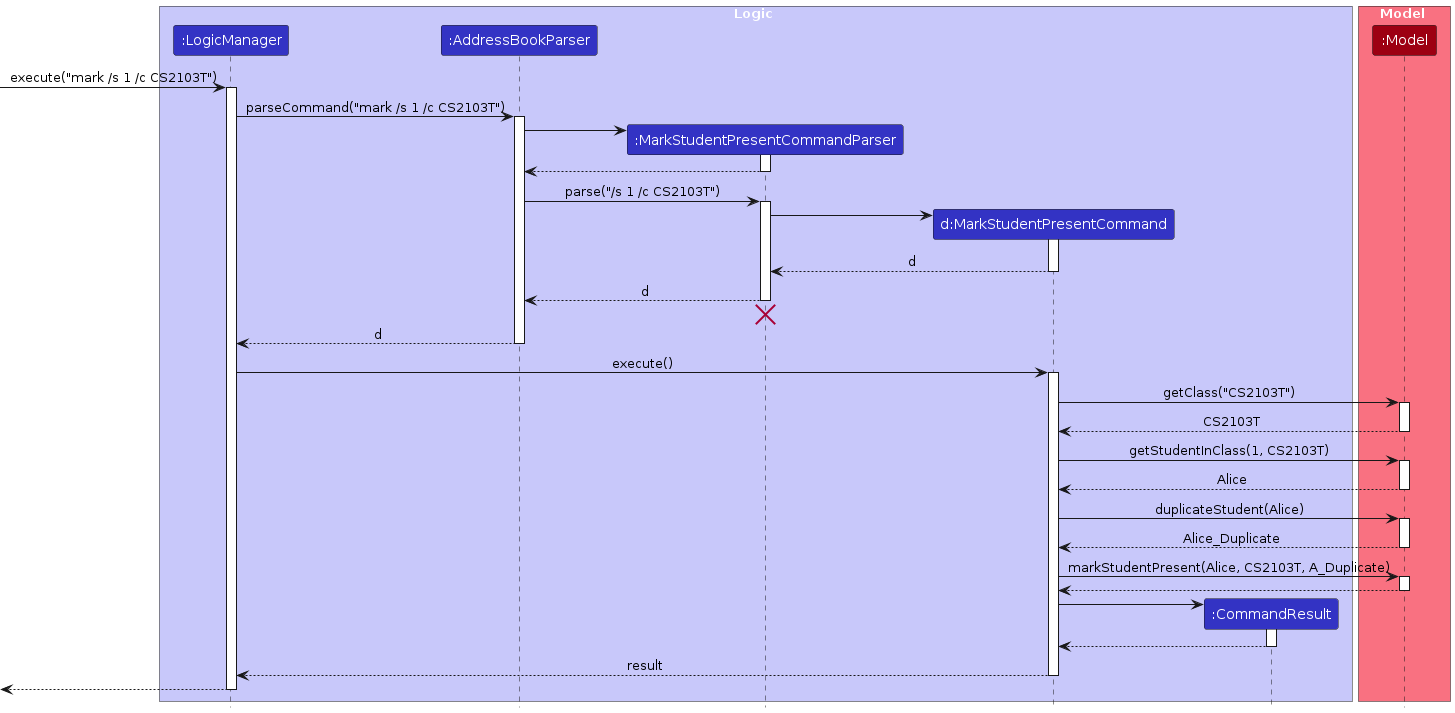
Earlier version of the PlantUML export diagrams/MarkStudentSequenceDiagram.png (sudarshan2401/tp). Its source is kept beside it as diagrams/MarkStudentSequenceDiagram.puml. Source of this version:
```plantuml
@startuml
!include style.puml
skinparam ArrowFontStyle plain

box Logic LOGIC_COLOR_T1
participant ":LogicManager" as LogicManager LOGIC_COLOR
participant ":AddressBookParser" as AddressBookParser LOGIC_COLOR
participant ":MarkStudentPresentCommandParser" as MarkStudentPresentCommandParser LOGIC_COLOR
participant "d:MarkStudentPresentCommand" as MarkStudentPresentCommand LOGIC_COLOR
participant ":CommandResult" as CommandResult LOGIC_COLOR
end box

box Model MODEL_COLOR_T1
participant ":Model" as Model MODEL_COLOR
end box

[-> LogicManager : execute("mark /s 1 /c CS2103T")
activate LogicManager

LogicManager -> AddressBookParser : parseCommand("mark /s 1 /c CS2103T")
activate AddressBookParser

create MarkStudentPresentCommandParser
AddressBookParser -> MarkStudentPresentCommandParser
activate MarkStudentPresentCommandParser

MarkStudentPresentCommandParser --> AddressBookParser
deactivate MarkStudentPresentCommandParser

AddressBookParser -> MarkStudentPresentCommandParser : parse("/s 1 /c CS2103T")
activate MarkStudentPresentCommandParser

create MarkStudentPresentCommand
MarkStudentPresentCommandParser -> MarkStudentPresentCommand
activate MarkStudentPresentCommand

MarkStudentPresentCommand --> MarkStudentPresentCommandParser : d
deactivate MarkStudentPresentCommand

MarkStudentPresentCommandParser --> AddressBookParser : d
deactivate MarkStudentPresentCommandParser
MarkStudentPresentCommandParser -[hidden]-> AddressBookParser
destroy MarkStudentPresentCommandParser

AddressBookParser --> LogicManager : d
deactivate AddressBookParser

LogicManager -> MarkStudentPresentCommand : execute()
activate MarkStudentPresentCommand

MarkStudentPresentCommand -> Model : getClass("CS2103T")
activate Model

Model --> MarkStudentPresentCommand : CS2103T
deactivate Model

MarkStudentPresentCommand -> Model : getStudentInClass(1, CS2103T)
activate Model

Model --> MarkStudentPresentCommand : Alice
deactivate Model

MarkStudentPresentCommand -> Model : duplicateStudent(Alice)
activate Model

Model --> MarkStudentPresentCommand : Alice_Duplicate
deactivate Model

MarkStudentPresentCommand -> Model : markStudentPresent(Alice, CS2103T, A_Duplicate)
activate Model

Model --> MarkStudentPresentCommand
deactivate Model

create CommandResult
MarkStudentPresentCommand -> CommandResult
activate CommandResult

CommandResult --> MarkStudentPresentCommand
deactivate CommandResult

MarkStudentPresentCommand --> LogicManager : result
deactivate MarkStudentPresentCommand

[<--LogicManager
deactivate LogicManager
@enduml
```
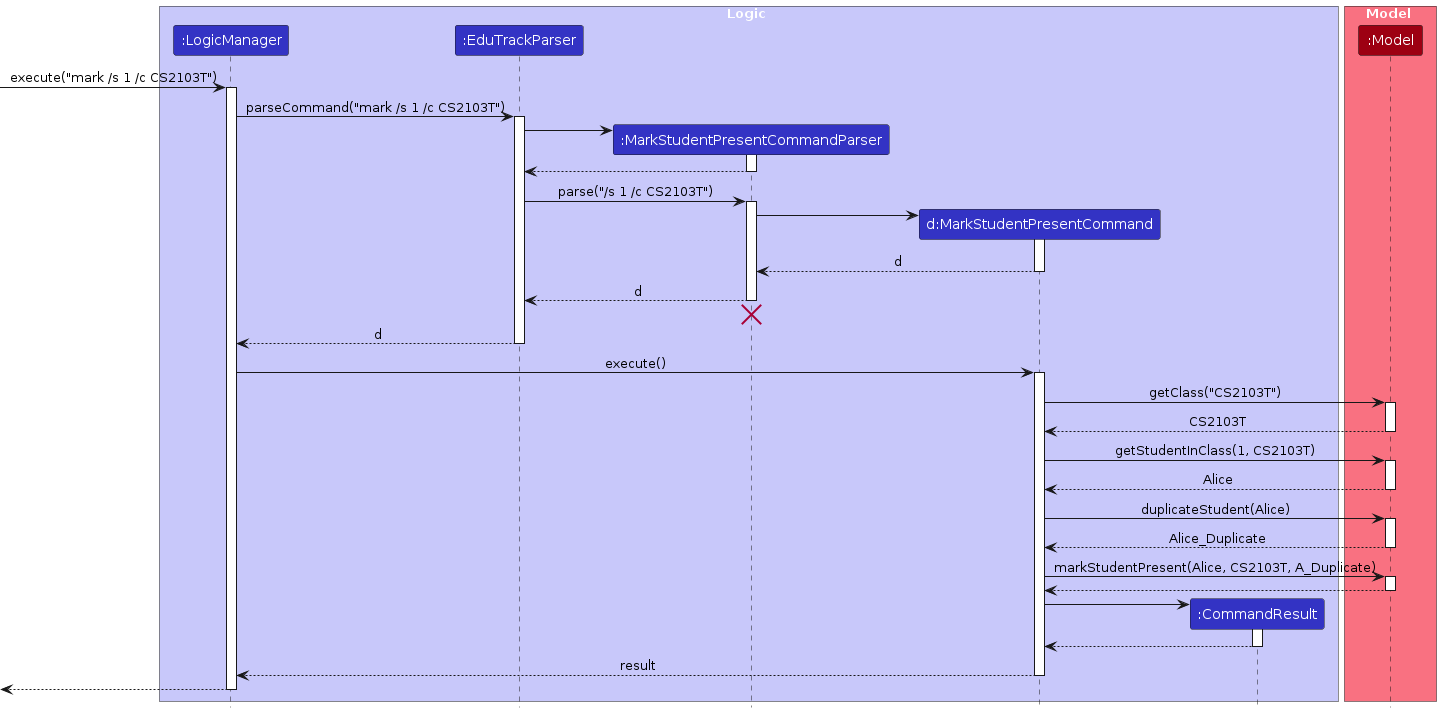
The same diagram one commit later.

Change to the diagram source:
```diff
@@ -4,7 +4,7 @@
 
 box Logic LOGIC_COLOR_T1
 participant ":LogicManager" as LogicManager LOGIC_COLOR
-participant ":AddressBookParser" as AddressBookParser LOGIC_COLOR
+participant ":EduTrackParser" as EduTrackParser LOGIC_COLOR
 participant ":MarkStudentPresentCommandParser" as MarkStudentPresentCommandParser LOGIC_COLOR
 participant "d:MarkStudentPresentCommand" as MarkStudentPresentCommand LOGIC_COLOR
 participant ":CommandResult" as CommandResult LOGIC_COLOR
@@ -17,17 +17,17 @@
 [-> LogicManager : execute("mark /s 1 /c CS2103T")
 activate LogicManager
 
-LogicManager -> AddressBookParser : parseCommand("mark /s 1 /c CS2103T")
-activate AddressBookParser
+LogicManager -> EduTrackParser : parseCommand("mark /s 1 /c CS2103T")
+activate EduTrackParser
 
 create MarkStudentPresentCommandParser
-AddressBookParser -> MarkStudentPresentCommandParser
+EduTrackParser -> MarkStudentPresentCommandParser
 activate MarkStudentPresentCommandParser
 
-MarkStudentPresentCommandParser --> AddressBookParser
+MarkStudentPresentCommandParser --> EduTrackParser
 deactivate MarkStudentPresentCommandParser
 
-AddressBookParser -> MarkStudentPresentCommandParser : parse("/s 1 /c CS2103T")
+EduTrackParser -> MarkStudentPresentCommandParser : parse("/s 1 /c CS2103T")
 activate MarkStudentPresentCommandParser
 
 create MarkStudentPresentCommand
@@ -37,13 +37,13 @@
 MarkStudentPresentCommand --> MarkStudentPresentCommandParser : d
 deactivate MarkStudentPresentCommand
 
-MarkStudentPresentCommandParser --> AddressBookParser : d
+MarkStudentPresentCommandParser --> EduTrackParser : d
 deactivate MarkStudentPresentCommandParser
-MarkStudentPresentCommandParser -[hidden]-> AddressBookParser
+MarkStudentPresentCommandParser -[hidden]-> EduTrackParser
 destroy MarkStudentPresentCommandParser
 
-AddressBookParser --> LogicManager : d
-deactivate AddressBookParser
+EduTrackParser --> LogicManager : d
+deactivate EduTrackParser
 
 LogicManager -> MarkStudentPresentCommand : execute()
 activate MarkStudentPresentCommand
```
